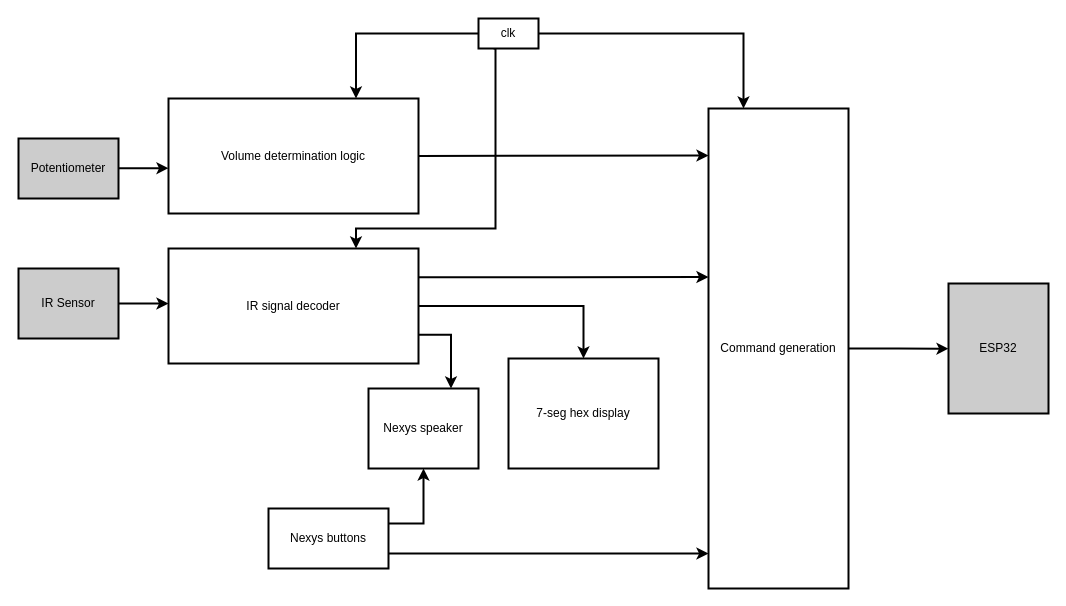
Above: page "FPGA" (3 of 4) of Diagrams/diagrams.drawio in beebdev/Brown_3601 (draw.io), before the change. Source tidied: cells renumbered, new cells numbered last; positions are measured from the earlier drawing's top-left corner, leaving out a move shared by most shapes. Both pictures are drawn from the tidied source at 100%, with x=0, y=0 at pixel (18, 18).
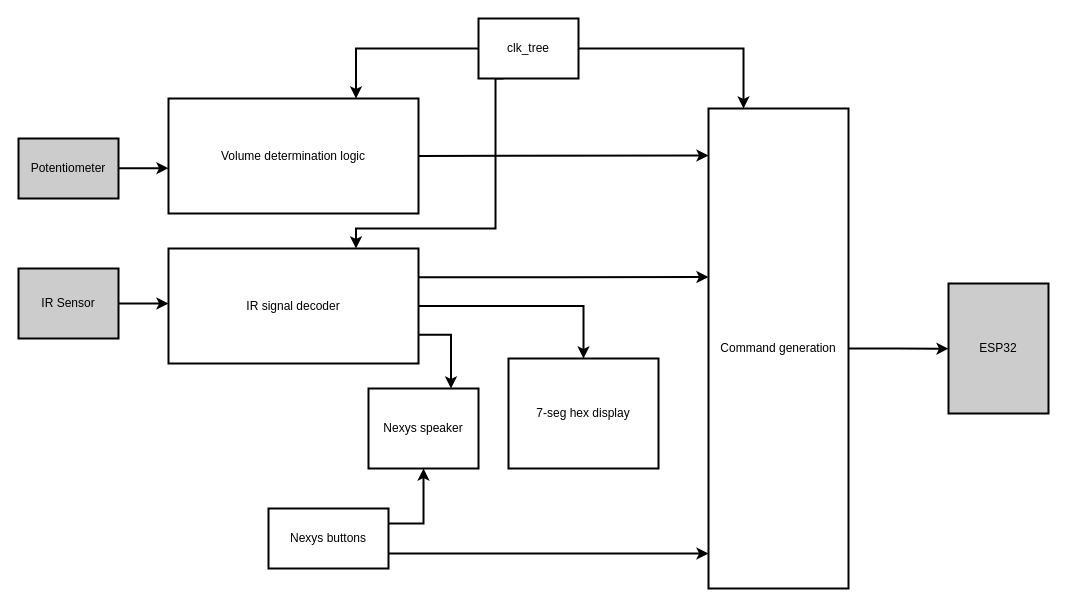
After the change.

Diff of the diagram source:
```diff
@@
-    <mxCell id="23" value="clk" style="whiteSpace=wrap;html=1;strokeWidth=2;fillColor=#FFFFFF;" parent="1" vertex="1">
-      <mxGeometry x="460" width="60" height="30" as="geometry" />
+    <mxCell id="23" value="clk_tree" style="whiteSpace=wrap;html=1;strokeWidth=2;fillColor=#FFFFFF;" parent="1" vertex="1">
+      <mxGeometry x="460" width="100" height="60" as="geometry" />
     </mxCell>
```
